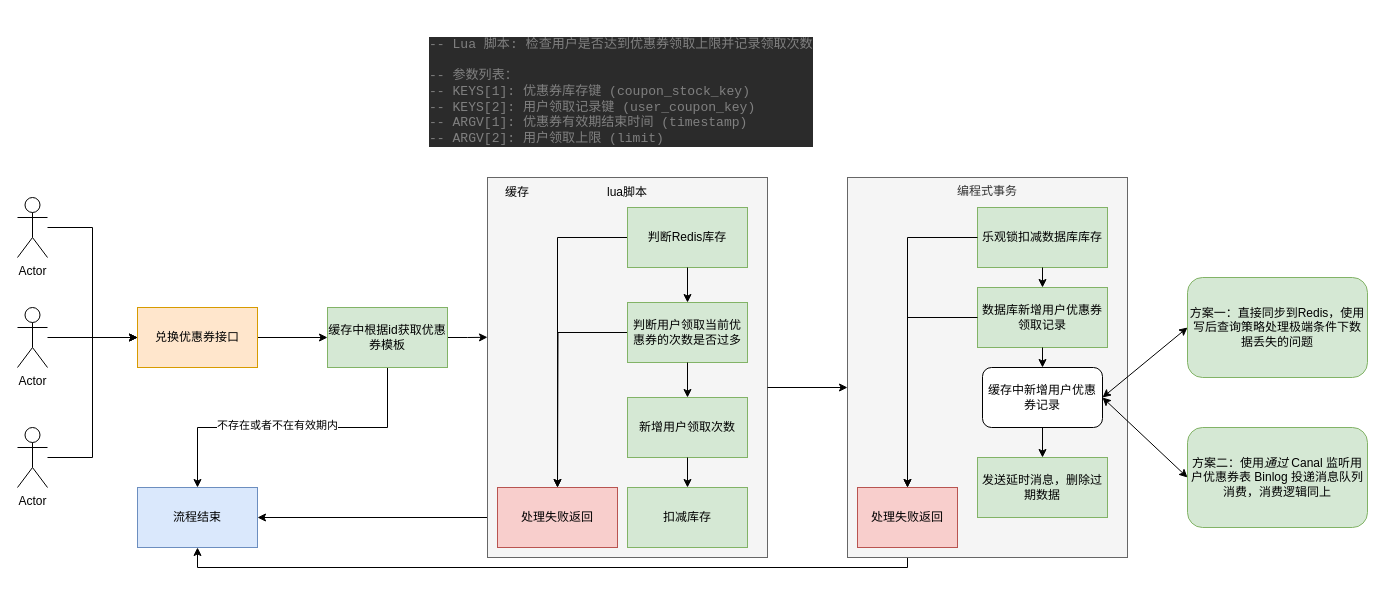
Before: 优惠券秒杀模块方案设计.drawio in cmk2003/draw.io, a draw.io diagram. Source tidied: cells renumbered, new cells numbered last; positions are measured from the earlier drawing's top-left corner, leaving out a move shared by most shapes. Both pictures are drawn from the tidied source at 100%, with x=0, y=0 at pixel (17, 17).
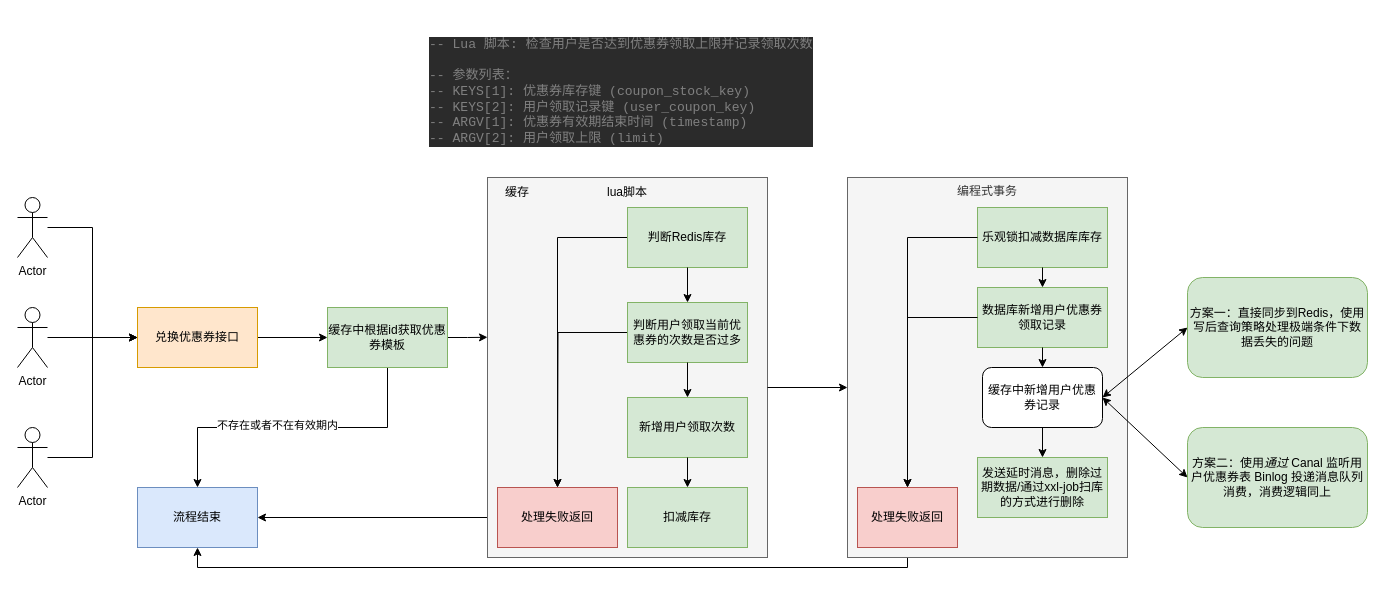
After the change.

Commit message:
更新优惠券秒杀模块方案设计.drawio

The change refers to these unchanged cells:
```xml
<mxCell id="37" style="group;" parent="35" vertex="1">
  <mxGeometry width="280" height="380" as="geometry" />
</mxCell>
```

The edit, as a diff of the source:
```diff
@@
-    <mxCell id="43" value="发送延时消息，删除过期数据" style="rounded=0;whiteSpace=wrap;html=1;fillColor=#d5e8d4;strokeColor=#82b366;" parent="37" vertex="1">
+    <mxCell id="43" value="发送延时消息，删除过期数据/通过xxl-job扫库的方式进行删除" style="rounded=0;whiteSpace=wrap;html=1;fillColor=#d5e8d4;strokeColor=#82b366;" parent="37" vertex="1">
       <mxGeometry x="130" y="280" width="130" height="60" as="geometry" />
     </mxCell>
```
